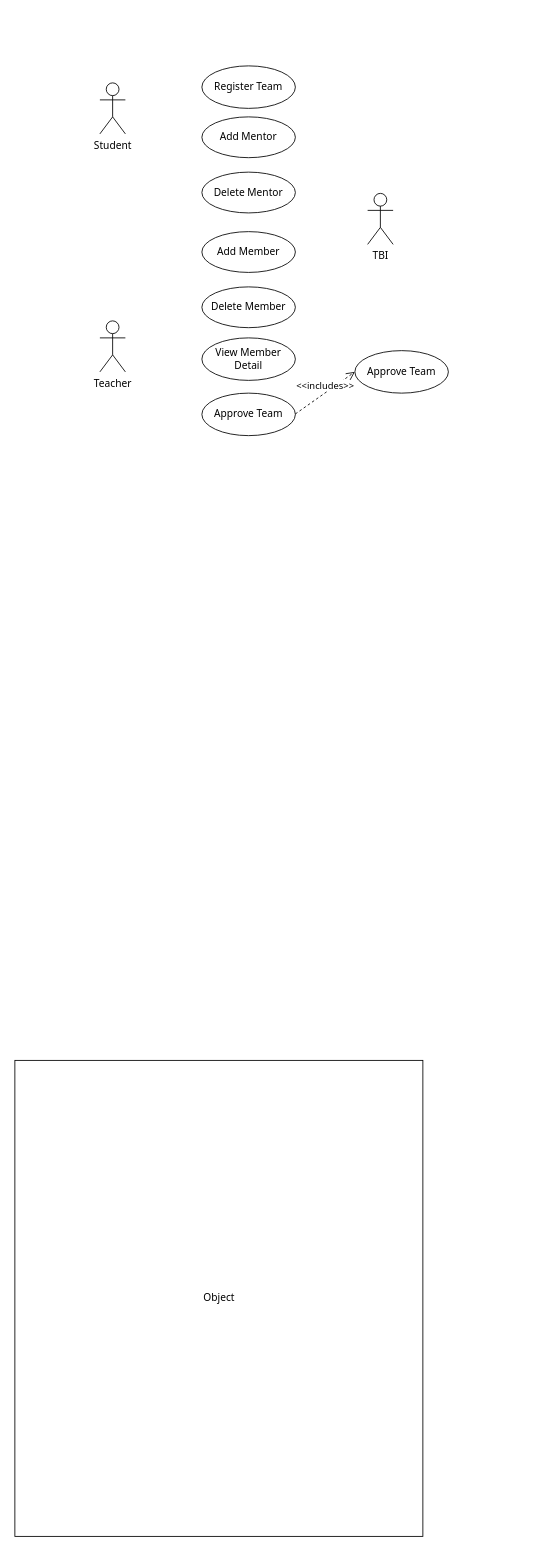
Above: Untitled Diagram.drawio in Mintot/Data-Mining (draw.io), before the change. Source tidied: cells renumbered, new cells numbered last; positions are measured from the earlier drawing's top-left corner, leaving out a move shared by most shapes. Both pictures are drawn from the tidied source at 85%, with x=0, y=0 at pixel (14, 65).
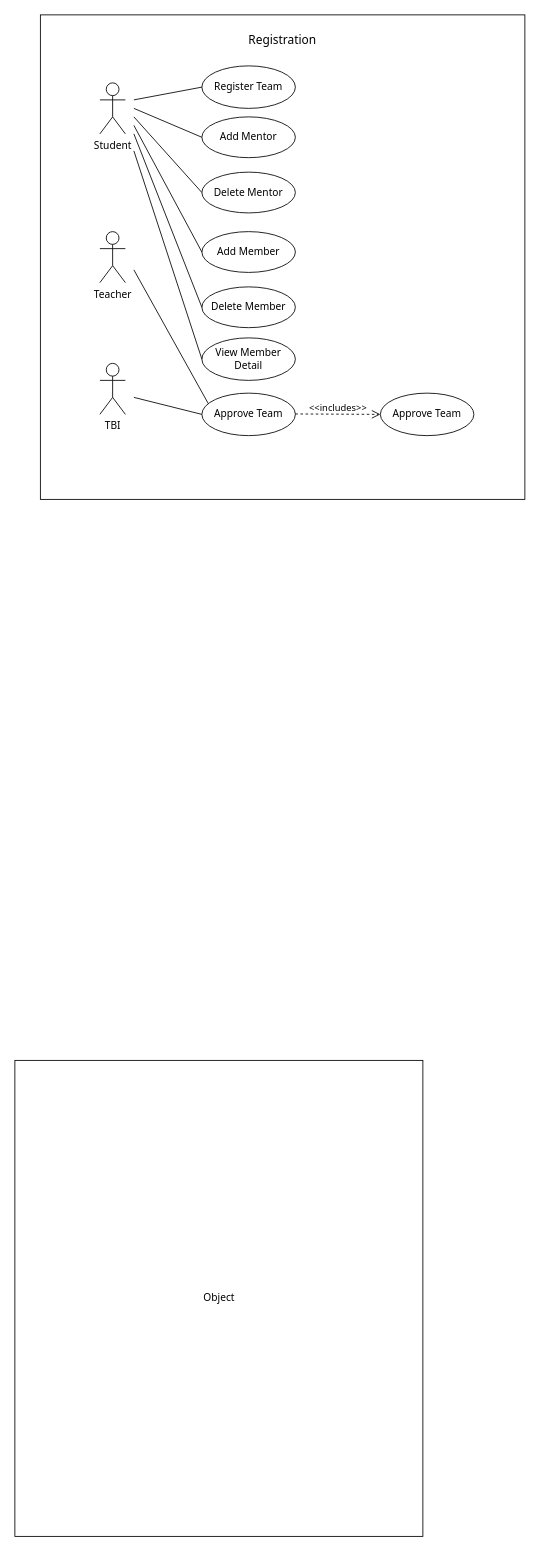
The same page after the edit.

Commit message:
Registration Use Case

Unchanged cells that the change refers to:
```xml
<mxCell id="4" value="Register Team" style="ellipse;whiteSpace=wrap;html=1;fontFamily=Tahoma;" parent="1" vertex="1">
  <mxGeometry x="220" width="110" height="50" as="geometry" />
</mxCell>
<mxCell id="5" value="Add Mentor" style="ellipse;whiteSpace=wrap;html=1;fontFamily=Tahoma;" parent="1" vertex="1">
  <mxGeometry x="220" y="60" width="110" height="48" as="geometry" />
</mxCell>
<mxCell id="6" value="Delete Mentor" style="ellipse;whiteSpace=wrap;html=1;fontFamily=Tahoma;" parent="1" vertex="1">
  <mxGeometry x="220" y="125" width="110" height="48" as="geometry" />
</mxCell>
<mxCell id="7" value="Add Member" style="ellipse;whiteSpace=wrap;html=1;fontFamily=Tahoma;" parent="1" vertex="1">
  <mxGeometry x="220" y="195" width="110" height="48" as="geometry" />
</mxCell>
<mxCell id="8" value="Delete Member" style="ellipse;whiteSpace=wrap;html=1;fontFamily=Tahoma;" parent="1" vertex="1">
  <mxGeometry x="220" y="260" width="110" height="48" as="geometry" />
</mxCell>
<mxCell id="9" value="View Member Detail" style="ellipse;whiteSpace=wrap;html=1;fontFamily=Tahoma;" parent="1" vertex="1">
  <mxGeometry x="220" y="320" width="110" height="50" as="geometry" />
</mxCell>
<mxCell id="10" value="Approve Team" style="ellipse;whiteSpace=wrap;html=1;fontFamily=Tahoma;" parent="1" vertex="1">
  <mxGeometry x="220" y="385" width="110" height="50" as="geometry" />
</mxCell>
```

Change to the diagram source:
```diff
@@
+    <mxCell id="15" style="whiteSpace=wrap;html=1;fontFamily=Tahoma;" parent="1" vertex="1">
+      <mxGeometry x="30" y="-60" width="570" height="570" as="geometry" />
+    </mxCell>
@@
     <mxCell id="11" value="Teacher" style="shape=umlActor;verticalLabelPosition=bottom;labelBackgroundColor=#ffffff;verticalAlign=top;html=1;fontFamily=Tahoma;" parent="1" vertex="1">
-      <mxGeometry x="100" y="300" width="30" height="60" as="geometry" />
+      <mxGeometry x="100" y="195" width="30" height="60" as="geometry" />
     </mxCell>
     <mxCell id="12" value="TBI" style="shape=umlActor;verticalLabelPosition=bottom;labelBackgroundColor=#ffffff;verticalAlign=top;html=1;fontFamily=Tahoma;" parent="1" vertex="1">
-      <mxGeometry x="415" y="150" width="30" height="60" as="geometry" />
+      <mxGeometry x="100" y="350" width="30" height="60" as="geometry" />
     </mxCell>
@@
     <mxCell id="14" value="Approve Team" style="ellipse;whiteSpace=wrap;html=1;fontFamily=Tahoma;" parent="1" vertex="1">
-      <mxGeometry x="400" y="335" width="110" height="50" as="geometry" />
+      <mxGeometry x="430" y="385" width="110" height="50" as="geometry" />
     </mxCell>
+    <mxCell id="16" style="endArrow=none;html=1;fontFamily=Tahoma;entryX=0;entryY=0.5;entryDx=0;entryDy=0;" parent="1" edge="1" target="4">
+      <mxGeometry relative="1" as="geometry">
+        <mxPoint x="140" y="40" as="sourcePoint" />
+      </mxGeometry>
+    </mxCell>
+    <mxCell id="17" style="endArrow=none;html=1;fontFamily=Tahoma;entryX=0;entryY=0.5;entryDx=0;entryDy=0;" parent="1" edge="1" target="5">
+      <mxGeometry relative="1" as="geometry">
+        <mxPoint x="140" y="50" as="sourcePoint" />
+      </mxGeometry>
+    </mxCell>
+    <mxCell id="18" style="endArrow=none;html=1;fontFamily=Tahoma;entryX=0;entryY=0.5;entryDx=0;entryDy=0;" parent="1" edge="1" target="6">
+      <mxGeometry relative="1" as="geometry">
+        <mxPoint x="140" y="60" as="sourcePoint" />
+      </mxGeometry>
+    </mxCell>
+    <mxCell id="19" style="endArrow=none;html=1;fontFamily=Tahoma;entryX=0;entryY=0.5;entryDx=0;entryDy=0;" parent="1" edge="1" target="7">
+      <mxGeometry relative="1" as="geometry">
+        <mxPoint x="140" y="70" as="sourcePoint" />
+      </mxGeometry>
+    </mxCell>
+    <mxCell id="20" style="endArrow=none;html=1;fontFamily=Tahoma;entryX=0;entryY=0.5;entryDx=0;entryDy=0;" parent="1" edge="1" target="8">
+      <mxGeometry relative="1" as="geometry">
+        <mxPoint x="140" y="80" as="sourcePoint" />
+      </mxGeometry>
+    </mxCell>
+    <mxCell id="21" style="endArrow=none;html=1;fontFamily=Tahoma;entryX=0;entryY=0.5;entryDx=0;entryDy=0;" parent="1" edge="1" target="9">
+      <mxGeometry relative="1" as="geometry">
+        <mxPoint x="140" y="100" as="sourcePoint" />
+      </mxGeometry>
+    </mxCell>
+    <mxCell id="22" style="endArrow=none;html=1;fontFamily=Tahoma;entryX=0.069;entryY=0.248;entryDx=0;entryDy=0;entryPerimeter=0;" parent="1" edge="1" target="10">
+      <mxGeometry relative="1" as="geometry">
+        <mxPoint x="140" y="240" as="sourcePoint" />
+      </mxGeometry>
+    </mxCell>
+    <mxCell id="23" style="endArrow=none;html=1;fontFamily=Tahoma;exitX=0;exitY=0.5;exitDx=0;exitDy=0;" parent="1" edge="1" source="10">
+      <mxGeometry relative="1" as="geometry">
+        <mxPoint x="140" y="390" as="targetPoint" />
+      </mxGeometry>
+    </mxCell>
+    <mxCell id="24" value="Registration" style="text;html=1;strokeColor=none;fillColor=none;align=center;verticalAlign=middle;whiteSpace=wrap;rounded=0;fontFamily=Tahoma;fontSize=14;" parent="1" vertex="1">
+      <mxGeometry x="255" y="-40" width="120" height="20" as="geometry" />
+    </mxCell>
```
